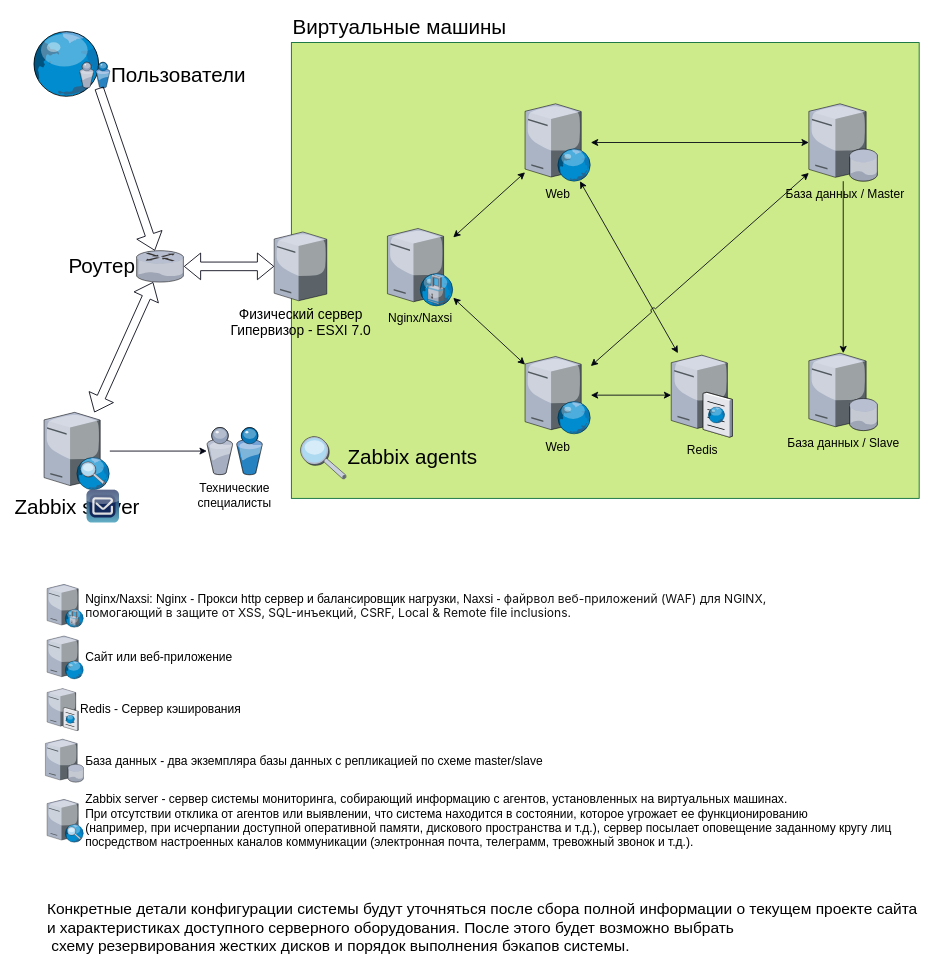
irrumabo/pictures keeps this draw.io diagram as Untitled Diagram.drawio. Above is the earlier version. Source tidied: cells renumbered, new cells numbered last; positions are measured from the earlier drawing's top-left corner, leaving out a move shared by most shapes. Both pictures are drawn from the tidied source at 86%, with x=0, y=0 at pixel (31, 30).
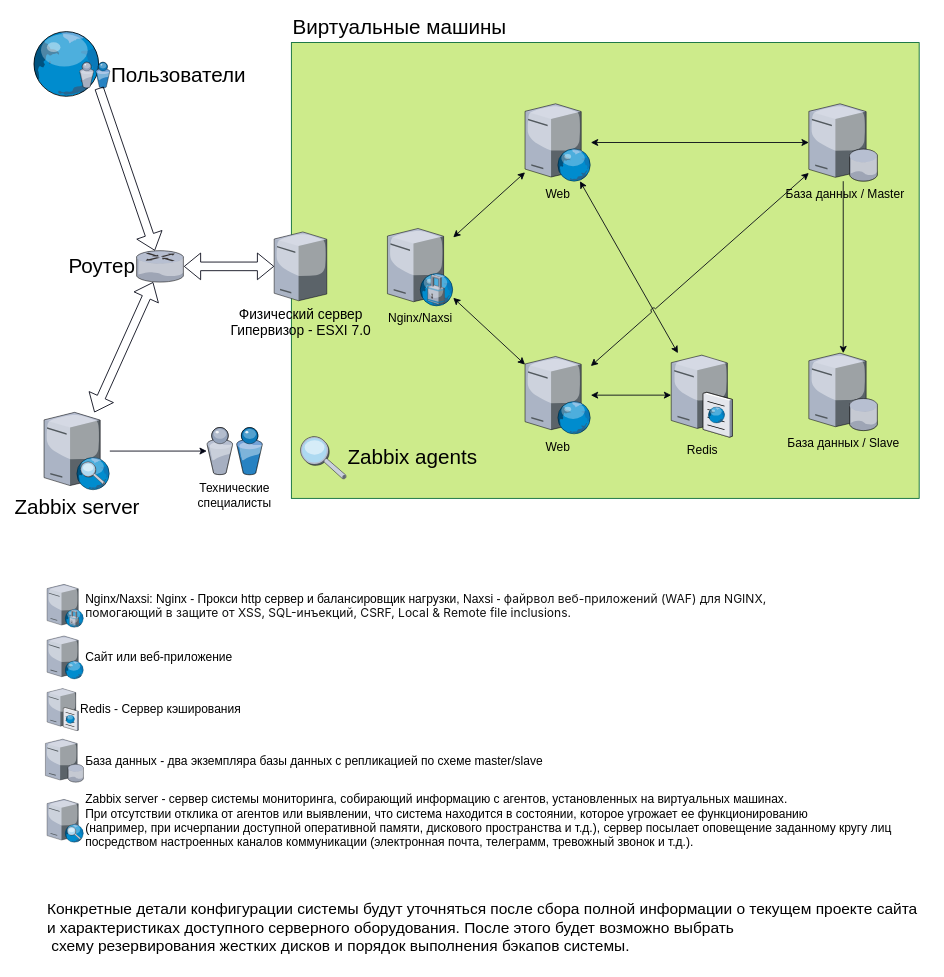
The same diagram, later.

Change to the diagram source:
```diff
@@
-    <mxCell id="31" style="verticalLabelPosition=bottom;sketch=0;html=1;verticalAlign=top;strokeColor=none;align=center;shape=mxgraph.citrix.worxmail;fillColor=#112356;gradientColor=#63AFC6;gradientDirection=south;labelBackgroundColor=none;fontSize=14;" parent="1" vertex="1">
-      <mxGeometry x="64" y="534" width="38" height="38" as="geometry" />
-    </mxCell>
```
